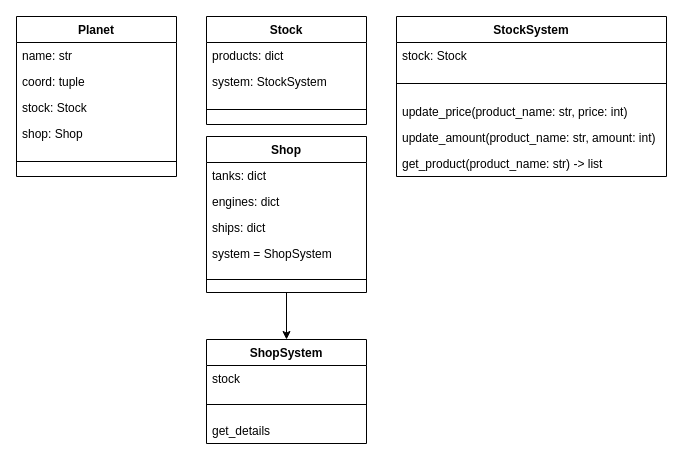
CURROCHKA/miner keeps this draw.io diagram as page "planet" (2 of 2) of Space_Tracking/diagram/Space_Tracking.drawio. Above is the earlier version. Source tidied: cells renumbered, new cells numbered last; positions are measured from the earlier drawing's top-left corner, leaving out a move shared by most shapes. Both pictures are drawn from the tidied source at 100%, with x=0, y=0 at pixel (16, 16).
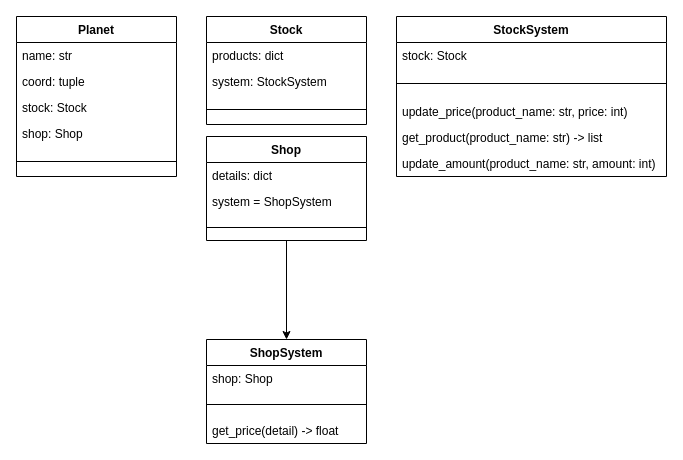
The same diagram, later.

Commit message (it also covers changes not shown here):
sale_detail, replace_detail, buy_detail

The change refers to these unchanged cells:
```xml
<mxCell id="12" value="StockSystem" style="swimlane;fontStyle=1;align=center;verticalAlign=top;horizontal=1;startSize=26;rounded=0;fillColor=none;" parent="1" vertex="1">
  <mxGeometry x="380" width="270" height="160" as="geometry" />
</mxCell>
<mxCell id="25" value="ShopSystem" style="swimlane;fontStyle=1;align=center;verticalAlign=top;horizontal=1;startSize=26;rounded=0;fillColor=none;" parent="1" vertex="1">
  <mxGeometry x="190" y="323" width="160" height="104" as="geometry" />
</mxCell>
```

Change to the diagram source:
```diff
@@
+    <mxCell id="17" value="get_product(product_name: str) -&gt; list" style="text;align=left;verticalAlign=top;spacingLeft=4;spacingRight=4;overflow=hidden;" parent="12" vertex="1">
+      <mxGeometry y="108" width="270" height="26" as="geometry" />
+    </mxCell>
     <mxCell id="16" value="update_amount(product_name: str, amount: int)" style="text;align=left;verticalAlign=top;spacingLeft=4;spacingRight=4;overflow=hidden;" parent="12" vertex="1">
-      <mxGeometry y="108" width="270" height="26" as="geometry" />
+      <mxGeometry y="134" width="270" height="26" as="geometry" />
     </mxCell>
-    <mxCell id="17" value="get_product(product_name: str) -&gt; list" style="text;align=left;verticalAlign=top;spacingLeft=4;spacingRight=4;overflow=hidden;" parent="12" vertex="1">
-      <mxGeometry y="134" width="270" height="26" as="geometry" />
-    </mxCell>
@@
     <mxCell id="19" value="Shop" style="swimlane;fontStyle=1;align=center;verticalAlign=top;horizontal=1;startSize=26;rounded=0;fillColor=none;" parent="1" vertex="1">
-      <mxGeometry x="190" y="120" width="160" height="156" as="geometry" />
+      <mxGeometry x="190" y="120" width="160" height="104" as="geometry" />
     </mxCell>
-    <mxCell id="20" value="tanks: dict" style="text;strokeColor=none;fillColor=none;align=left;verticalAlign=top;spacingLeft=4;spacingRight=4;overflow=hidden;rounded=0;" parent="19" vertex="1">
+    <mxCell id="20" value="details: dict" style="text;strokeColor=none;fillColor=none;align=left;verticalAlign=top;spacingLeft=4;spacingRight=4;overflow=hidden;rounded=0;" parent="19" vertex="1">
       <mxGeometry y="26" width="160" height="26" as="geometry" />
     </mxCell>
-    <mxCell id="21" value="engines: dict" style="text;strokeColor=none;fillColor=none;align=left;verticalAlign=top;spacingLeft=4;spacingRight=4;overflow=hidden;rounded=0;" parent="19" vertex="1">
-      <mxGeometry y="52" width="160" height="26" as="geometry" />
-    </mxCell>
-    <mxCell id="22" value="ships: dict" style="text;strokeColor=none;fillColor=none;align=left;verticalAlign=top;spacingLeft=4;spacingRight=4;overflow=hidden;rounded=0;" parent="19" vertex="1">
-      <mxGeometry y="78" width="160" height="26" as="geometry" />
-    </mxCell>
     <mxCell id="23" value="system = ShopSystem" style="text;strokeColor=none;fillColor=none;align=left;verticalAlign=top;spacingLeft=4;spacingRight=4;overflow=hidden;rounded=0;" parent="19" vertex="1">
-      <mxGeometry y="104" width="160" height="26" as="geometry" />
+      <mxGeometry y="52" width="160" height="26" as="geometry" />
     </mxCell>
     <mxCell id="24" style="line;strokeWidth=1;fillColor=none;align=left;verticalAlign=middle;spacingTop=-1;spacingLeft=3;spacingRight=3;labelPosition=right;rounded=0;" parent="19" vertex="1">
-      <mxGeometry y="130" width="160" height="26" as="geometry" />
+      <mxGeometry y="78" width="160" height="26" as="geometry" />
     </mxCell>
@@
-    <mxCell id="26" value="stock" style="text;strokeColor=none;fillColor=none;align=left;verticalAlign=top;spacingLeft=4;spacingRight=4;overflow=hidden;rounded=0;" parent="25" vertex="1">
+    <mxCell id="26" value="shop: Shop" style="text;strokeColor=none;fillColor=none;align=left;verticalAlign=top;spacingLeft=4;spacingRight=4;overflow=hidden;rounded=0;" parent="25" vertex="1">
       <mxGeometry y="26" width="160" height="26" as="geometry" />
     </mxCell>
@@
-    <mxCell id="28" value="get_details" style="text;strokeColor=none;fillColor=none;align=left;verticalAlign=top;spacingLeft=4;spacingRight=4;overflow=hidden;rounded=0;" parent="25" vertex="1">
+    <mxCell id="28" value="get_price(detail) -&gt; float" style="text;strokeColor=none;fillColor=none;align=left;verticalAlign=top;spacingLeft=4;spacingRight=4;overflow=hidden;rounded=0;" parent="25" vertex="1">
       <mxGeometry y="78" width="160" height="26" as="geometry" />
     </mxCell>
```
